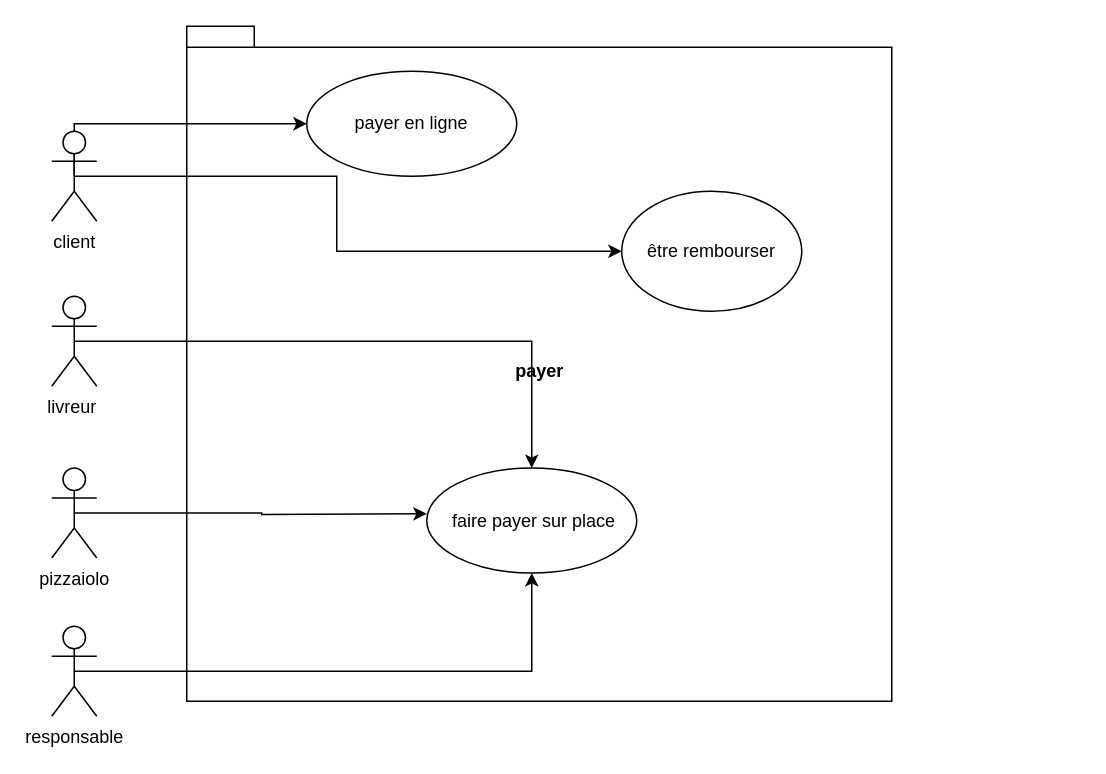
This is page "package payer" (5 of 7) of diagrammes réunis.drawio from robindauteuil/Diagramme_UML, a draw.io file, before an edit. Source tidied: cells renumbered, new cells numbered last; positions are measured from the earlier drawing's top-left corner, leaving out a move shared by most shapes. Both pictures are drawn from the tidied source at 150%, with x=0, y=0 at pixel (51, 26).
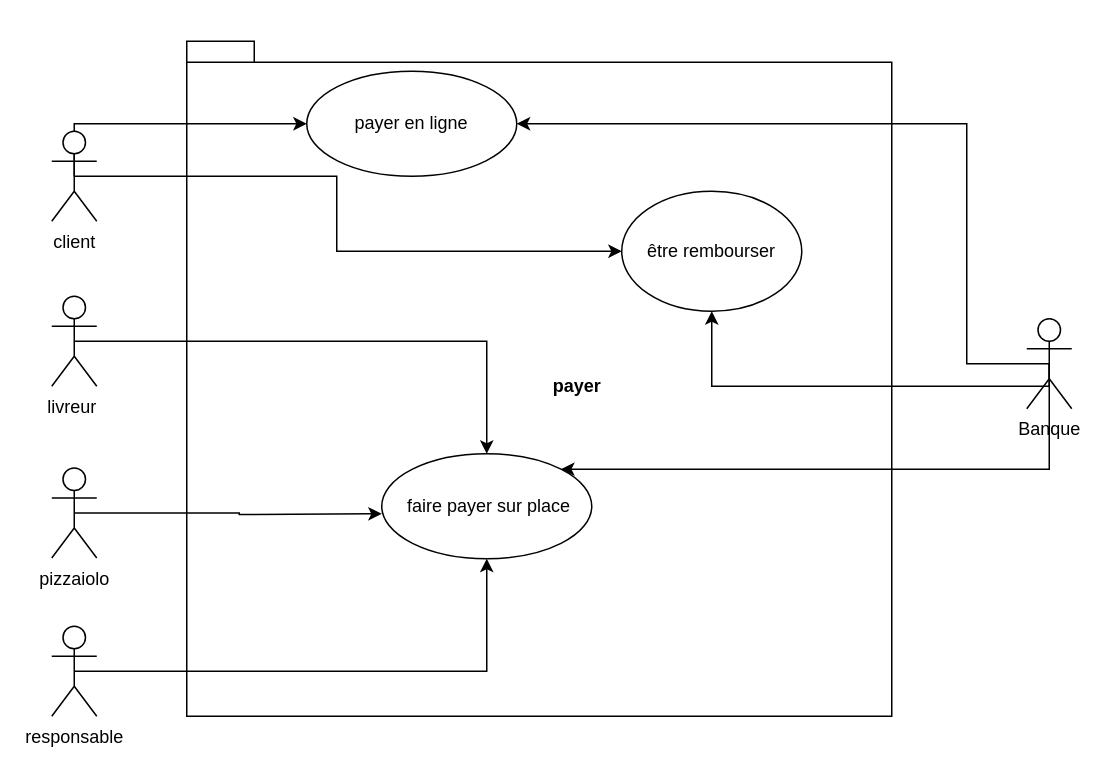
After the change.

Unchanged cells that the change refers to:
```xml
<mxCell id="3" value="payer en ligne" style="ellipse;whiteSpace=wrap;html=1;" parent="1" vertex="1">
  <mxGeometry x="170" y="30" width="140" height="70" as="geometry" />
</mxCell>
<mxCell id="11" value="pizzaiolo" style="shape=umlActor;verticalLabelPosition=bottom;verticalAlign=top;html=1;" parent="1" vertex="1">
  <mxGeometry y="294.5" width="30" height="60" as="geometry" />
</mxCell>
<mxCell id="14" value="être rembourser" style="ellipse;whiteSpace=wrap;html=1;" parent="1" vertex="1">
  <mxGeometry x="380" y="110" width="120" height="80" as="geometry" />
</mxCell>
```

Change to the diagram source:
```diff
@@
-    <mxCell id="2" value="payer" style="shape=folder;fontStyle=1;spacingTop=10;tabWidth=40;tabHeight=14;tabPosition=left;html=1;" parent="1" vertex="1">
-      <mxGeometry x="90" width="470" height="450" as="geometry" />
+    <mxCell id="2" value="&amp;nbsp; &amp;nbsp; &amp;nbsp; &amp;nbsp; &amp;nbsp; &amp;nbsp; &amp;nbsp; &amp;nbsp;payer" style="shape=folder;fontStyle=1;spacingTop=10;tabWidth=40;tabHeight=14;tabPosition=left;html=1;" parent="1" vertex="1">
+      <mxGeometry x="90" y="10" width="470" height="450" as="geometry" />
     </mxCell>
@@
     <mxCell id="4" value="&amp;nbsp;faire payer sur place" style="ellipse;whiteSpace=wrap;html=1;" parent="1" vertex="1">
-      <mxGeometry x="250" y="294.5" width="140" height="70" as="geometry" />
+      <mxGeometry x="220" y="285" width="140" height="70" as="geometry" />
     </mxCell>
@@
     <mxCell id="10" style="edgeStyle=orthogonalEdgeStyle;rounded=0;jettySize=auto;html=1;exitX=0.5;exitY=0.5;exitDx=0;exitDy=0;exitPerimeter=0;" parent="1" edge="1" source="11">
       <mxGeometry relative="1" as="geometry">
-        <mxPoint x="250" y="325" as="targetPoint" />
+        <mxPoint x="220" y="325" as="targetPoint" />
       </mxGeometry>
     </mxCell>
@@
+    <mxCell id="15" style="edgeStyle=orthogonalEdgeStyle;rounded=0;jettySize=auto;html=1;exitX=0.5;exitY=0.5;exitDx=0;exitDy=0;exitPerimeter=0;entryX=1;entryY=0.5;entryDx=0;entryDy=0;" parent="1" edge="1" source="18" target="3">
+      <mxGeometry relative="1" as="geometry">
+        <Array as="points">
+          <mxPoint x="610" y="225" />
+          <mxPoint x="610" y="65" />
+        </Array>
+      </mxGeometry>
+    </mxCell>
+    <mxCell id="16" style="edgeStyle=orthogonalEdgeStyle;rounded=0;jettySize=auto;html=1;exitX=0.5;exitY=0.5;exitDx=0;exitDy=0;exitPerimeter=0;" parent="1" edge="1" source="18" target="14">
+      <mxGeometry relative="1" as="geometry">
+        <Array as="points">
+          <mxPoint x="665" y="240" />
+          <mxPoint x="440" y="240" />
+        </Array>
+      </mxGeometry>
+    </mxCell>
+    <mxCell id="17" style="edgeStyle=orthogonalEdgeStyle;rounded=0;jettySize=auto;html=1;exitX=0.5;exitY=0.5;exitDx=0;exitDy=0;exitPerimeter=0;entryX=1;entryY=0;entryDx=0;entryDy=0;" parent="1" edge="1" source="18" target="4">
+      <mxGeometry relative="1" as="geometry">
+        <Array as="points">
+          <mxPoint x="665" y="295" />
+        </Array>
+      </mxGeometry>
+    </mxCell>
+    <mxCell id="18" value="Banque" style="shape=umlActor;verticalLabelPosition=bottom;verticalAlign=top;html=1;" parent="1" vertex="1">
+      <mxGeometry x="650" y="195" width="30" height="60" as="geometry" />
+    </mxCell>
```
